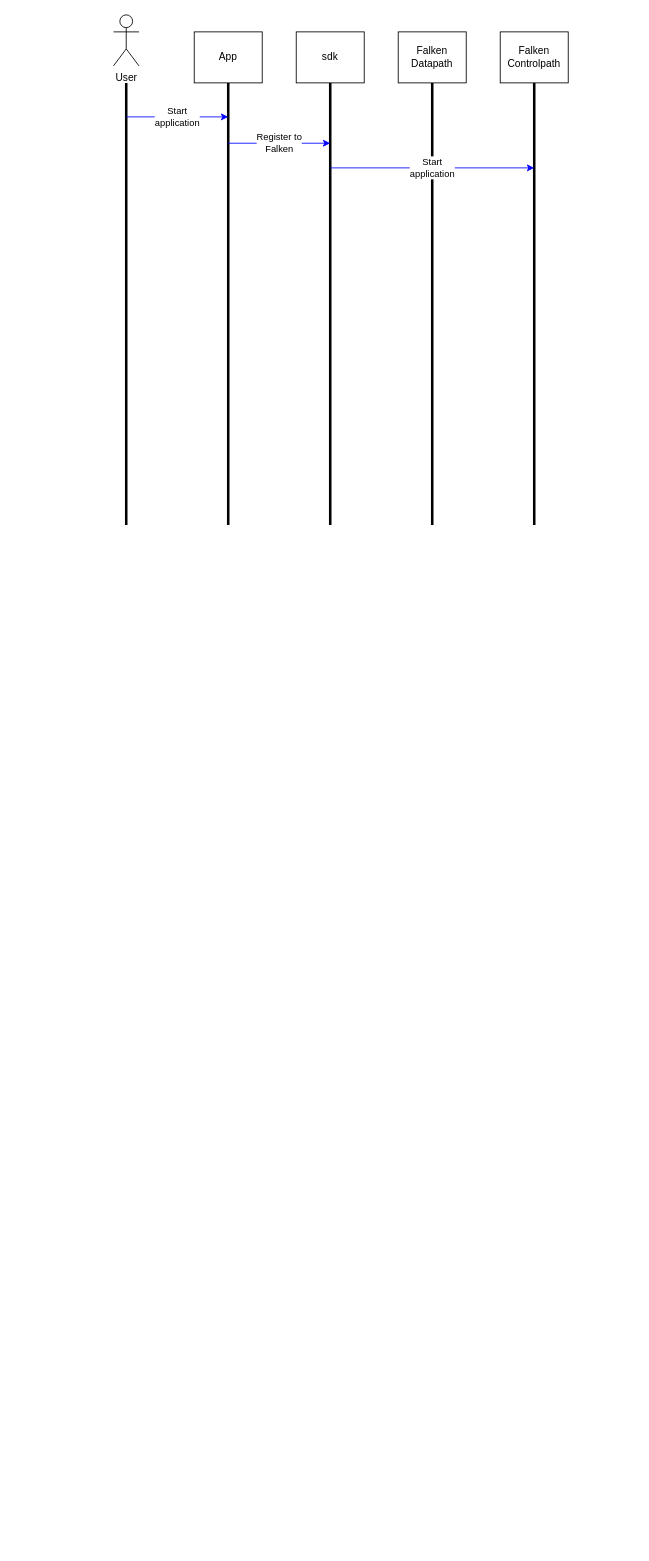
sugchand/drawio keeps this draw.io diagram as Untitled Diagram.drawio. Above is the earlier version. Source tidied: cells renumbered, new cells numbered last; positions are measured from the earlier drawing's top-left corner, leaving out a move shared by most shapes. Both pictures are drawn from the tidied source at 85%, with x=0, y=0 at pixel (113, 14).
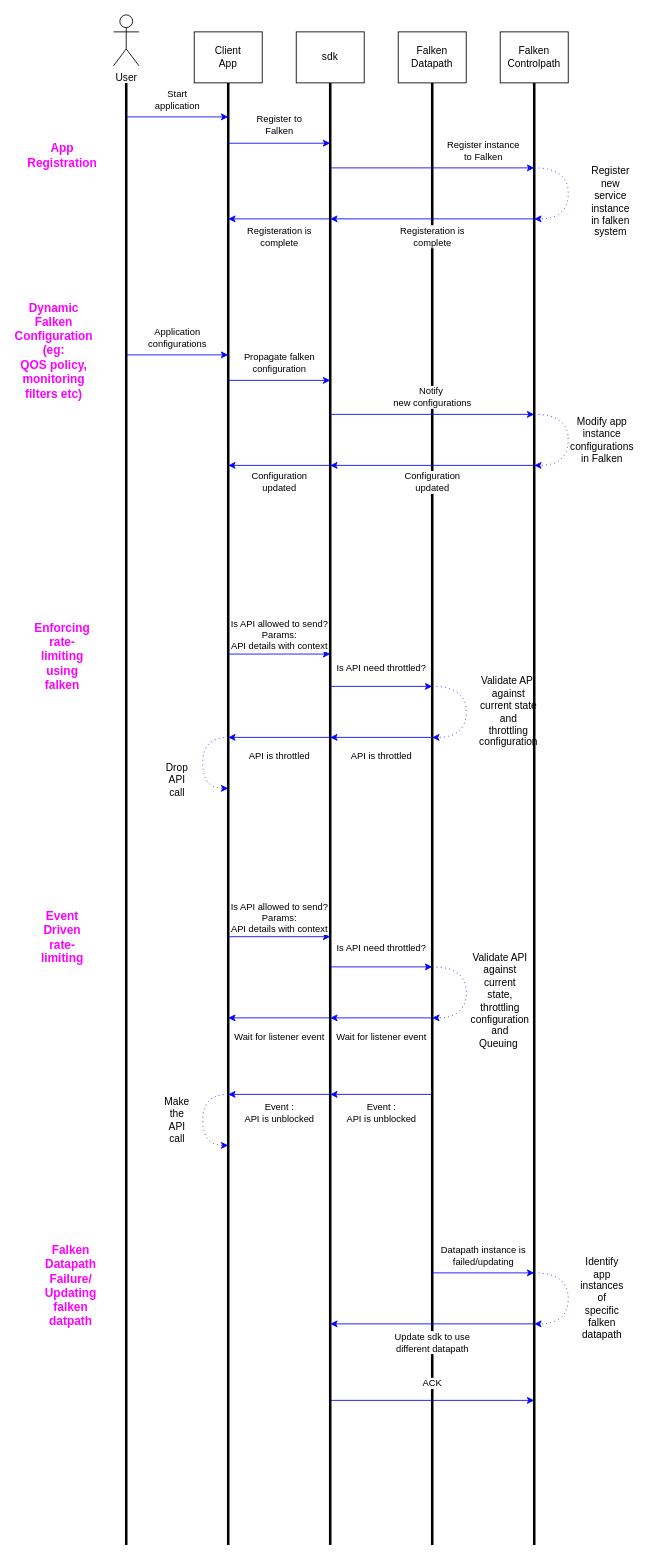
The same page after the edit.

Unchanged cells that the change refers to:
```xml
<mxCell id="3" value="sdk" style="rounded=0;whiteSpace=wrap;html=1;" parent="1" vertex="1">
  <mxGeometry x="215" y="20" width="80" height="60" as="geometry" />
</mxCell>
<mxCell id="4" value="Falken Datapath" style="rounded=0;whiteSpace=wrap;html=1;" parent="1" vertex="1">
  <mxGeometry x="335" y="20" width="80" height="60" as="geometry" />
</mxCell>
<mxCell id="5" value="Falken&lt;br&gt;Controlpath" style="rounded=0;whiteSpace=wrap;html=1;" parent="1" vertex="1">
  <mxGeometry x="455" y="20" width="80" height="60" as="geometry" />
</mxCell>
```

The edit, as a diff of the source:
```diff
@@
-    <mxCell id="2" value="App" style="rounded=0;whiteSpace=wrap;html=1;" parent="1" vertex="1">
+    <mxCell id="2" value="Client&lt;br&gt;App" style="rounded=0;whiteSpace=wrap;html=1;" parent="1" vertex="1">
       <mxGeometry x="95" y="20" width="80" height="60" as="geometry" />
     </mxCell>
@@
     <mxCell id="7" style="endArrow=none;html=1;strokeWidth=3;" parent="1" edge="1">
       <mxGeometry relative="1" as="geometry">
-        <mxPoint x="15" y="600" as="sourcePoint" />
+        <mxPoint x="15" y="1800" as="sourcePoint" />
         <mxPoint x="15" y="80" as="targetPoint" />
       </mxGeometry>
     </mxCell>
     <mxCell id="8" style="endArrow=none;html=1;strokeWidth=3;" parent="1" edge="1">
       <mxGeometry relative="1" as="geometry">
-        <mxPoint x="135" y="600" as="sourcePoint" />
+        <mxPoint x="135" y="1800" as="sourcePoint" />
         <mxPoint x="135" y="80" as="targetPoint" />
       </mxGeometry>
     </mxCell>
     <mxCell id="9" style="endArrow=none;html=1;strokeWidth=3;entryX=0.5;entryY=1;entryDx=0;entryDy=0;" parent="1" edge="1" target="3">
       <mxGeometry relative="1" as="geometry">
-        <mxPoint x="255" y="600" as="sourcePoint" />
+        <mxPoint x="255" y="1800" as="sourcePoint" />
       </mxGeometry>
     </mxCell>
     <mxCell id="10" style="endArrow=none;html=1;strokeWidth=3;entryX=0.5;entryY=1;entryDx=0;entryDy=0;" parent="1" edge="1" target="4">
       <mxGeometry relative="1" as="geometry">
-        <mxPoint x="375" y="600" as="sourcePoint" />
+        <mxPoint x="375" y="1800" as="sourcePoint" />
       </mxGeometry>
     </mxCell>
     <mxCell id="11" style="endArrow=none;html=1;strokeWidth=3;entryX=0.5;entryY=1;entryDx=0;entryDy=0;" parent="1" edge="1" target="5">
       <mxGeometry relative="1" as="geometry">
-        <mxPoint x="495" y="600" as="sourcePoint" />
+        <mxPoint x="495" y="1800" as="sourcePoint" />
       </mxGeometry>
     </mxCell>
     <mxCell id="12" value="Start&lt;br&gt;application" style="endArrow=classic;html=1;strokeWidth=1;strokeColor=#0000FF;" parent="1" edge="1">
-      <mxGeometry relative="1" as="geometry">
+      <mxGeometry y="20" relative="1" as="geometry">
         <mxPoint x="15" y="120" as="sourcePoint" />
         <mxPoint x="135" y="120" as="targetPoint" />
       </mxGeometry>
     </mxCell>
     <mxCell id="13" value="Register to&lt;br&gt;Falken" style="endArrow=classic;html=1;strokeWidth=1;strokeColor=#0000FF;" parent="1" edge="1">
-      <mxGeometry relative="1" as="geometry">
+      <mxGeometry y="21" relative="1" as="geometry">
         <mxPoint x="135" y="151" as="sourcePoint" />
         <mxPoint x="255" y="151" as="targetPoint" />
       </mxGeometry>
     </mxCell>
-    <mxCell id="14" value="Start&lt;br&gt;application" style="endArrow=classic;html=1;strokeWidth=1;strokeColor=#0000FF;" parent="1" edge="1">
-      <mxGeometry relative="1" as="geometry">
-        <mxPoint x="255" y="180" as="sourcePoint" />
-        <mxPoint x="495" y="180" as="targetPoint" />
-      </mxGeometry>
-    </mxCell>
+    <mxCell id="15" value="Register instance&lt;br&gt;to Falken" style="endArrow=classic;html=1;strokeWidth=1;strokeColor=#0000FF;" parent="1" edge="1">
+      <mxGeometry x="0.5" y="20" relative="1" as="geometry">
+        <mxPoint x="255" y="180" as="sourcePoint" />
+        <mxPoint x="495" y="180" as="targetPoint" />
+      </mxGeometry>
+    </mxCell>
+    <mxCell id="16" style="endArrow=classic;html=1;strokeColor=#0000FF;strokeWidth=1;edgeStyle=orthogonalEdgeStyle;curved=1;dashed=1;dashPattern=1 4;" parent="1" edge="1">
+      <mxGeometry relative="1" as="geometry">
+        <mxPoint x="495" y="180" as="sourcePoint" />
+        <mxPoint x="495" y="240" as="targetPoint" />
+        <Array as="points">
+          <mxPoint x="535" y="180" />
+          <mxPoint x="535" y="240" />
+        </Array>
+      </mxGeometry>
+    </mxCell>
+    <mxCell id="17" value="Modify app instance configurations in Falken" style="text;html=1;strokeColor=none;fillColor=none;align=center;verticalAlign=middle;whiteSpace=wrap;rounded=0;" parent="1" vertex="1">
+      <mxGeometry x="555" y="490" width="40" height="20" as="geometry" />
+    </mxCell>
+    <mxCell id="18" value="Registeration is&lt;br&gt;complete" style="endArrow=classic;html=1;strokeWidth=1;strokeColor=#0000FF;" parent="1" edge="1">
+      <mxGeometry y="21" relative="1" as="geometry">
+        <mxPoint x="495" y="240" as="sourcePoint" />
+        <mxPoint x="255" y="240" as="targetPoint" />
+      </mxGeometry>
+    </mxCell>
+    <mxCell id="19" value="&lt;font style=&quot;font-size: 14px&quot;&gt;&lt;b&gt;App Registration&lt;/b&gt;&lt;/font&gt;" style="text;html=1;strokeColor=none;fillColor=none;align=center;verticalAlign=middle;whiteSpace=wrap;rounded=0;fontColor=#FF00FF;" parent="1" vertex="1">
+      <mxGeometry x="-95" y="140" width="70" height="50" as="geometry" />
+    </mxCell>
+    <mxCell id="20" value="&lt;span style=&quot;font-size: 14px&quot;&gt;&lt;b&gt;Dynamic Falken Configuration&lt;br&gt;(eg:&lt;br&gt;QOS policy, monitoring filters etc)&lt;br&gt;&lt;/b&gt;&lt;/span&gt;" style="text;html=1;strokeColor=none;fillColor=none;align=center;verticalAlign=middle;whiteSpace=wrap;rounded=0;fontColor=#FF00FF;" parent="1" vertex="1">
+      <mxGeometry x="-105" y="370" width="70" height="50" as="geometry" />
+    </mxCell>
+    <mxCell id="21" value="Application&lt;br&gt;configurations" style="endArrow=classic;html=1;strokeWidth=1;strokeColor=#0000FF;" parent="1" edge="1">
+      <mxGeometry y="20" relative="1" as="geometry">
+        <mxPoint x="15" y="400" as="sourcePoint" />
+        <mxPoint x="135" y="400" as="targetPoint" />
+      </mxGeometry>
+    </mxCell>
+    <mxCell id="22" value="Propagate falken&lt;br&gt;configuration" style="endArrow=classic;html=1;strokeWidth=1;strokeColor=#0000FF;" parent="1" edge="1">
+      <mxGeometry y="20" relative="1" as="geometry">
+        <mxPoint x="135" y="430" as="sourcePoint" />
+        <mxPoint x="255" y="430" as="targetPoint" />
+      </mxGeometry>
+    </mxCell>
+    <mxCell id="23" value="Notify&amp;nbsp;&lt;br&gt;new configurations" style="endArrow=classic;html=1;strokeWidth=1;strokeColor=#0000FF;" parent="1" edge="1">
+      <mxGeometry y="20" relative="1" as="geometry">
+        <mxPoint x="255" y="470" as="sourcePoint" />
+        <mxPoint x="495" y="470" as="targetPoint" />
+      </mxGeometry>
+    </mxCell>
+    <mxCell id="24" style="endArrow=classic;html=1;strokeColor=#0000FF;strokeWidth=1;edgeStyle=orthogonalEdgeStyle;curved=1;dashed=1;dashPattern=1 4;" parent="1" edge="1">
+      <mxGeometry relative="1" as="geometry">
+        <mxPoint x="495" y="470" as="sourcePoint" />
+        <mxPoint x="495" y="530" as="targetPoint" />
+        <Array as="points">
+          <mxPoint x="535" y="470" />
+          <mxPoint x="535" y="530" />
+        </Array>
+      </mxGeometry>
+    </mxCell>
+    <mxCell id="25" value="Register new service instance in falken system" style="text;html=1;strokeColor=none;fillColor=none;align=center;verticalAlign=middle;whiteSpace=wrap;rounded=0;" parent="1" vertex="1">
+      <mxGeometry x="565" y="210" width="40" height="20" as="geometry" />
+    </mxCell>
+    <mxCell id="26" value="Configuration&lt;br&gt;updated" style="endArrow=classic;html=1;strokeWidth=1;strokeColor=#0000FF;" parent="1" edge="1">
+      <mxGeometry y="20" relative="1" as="geometry">
+        <mxPoint x="495" y="530" as="sourcePoint" />
+        <mxPoint x="255" y="530" as="targetPoint" />
+      </mxGeometry>
+    </mxCell>
+    <mxCell id="27" value="Registeration is&lt;br&gt;complete" style="endArrow=classic;html=1;strokeWidth=1;strokeColor=#0000FF;" parent="1" edge="1">
+      <mxGeometry y="21" relative="1" as="geometry">
+        <mxPoint x="255" y="240" as="sourcePoint" />
+        <mxPoint x="135" y="240" as="targetPoint" />
+      </mxGeometry>
+    </mxCell>
+    <mxCell id="28" value="Configuration&lt;br&gt;updated" style="endArrow=classic;html=1;strokeWidth=1;strokeColor=#0000FF;" parent="1" edge="1">
+      <mxGeometry y="20" relative="1" as="geometry">
+        <mxPoint x="255" y="530" as="sourcePoint" />
+        <mxPoint x="135" y="530" as="targetPoint" />
+      </mxGeometry>
+    </mxCell>
+    <mxCell id="29" value="&lt;span style=&quot;font-size: 14px&quot;&gt;&lt;b&gt;Enforcing rate-limiting using falken&lt;br&gt;&lt;/b&gt;&lt;/span&gt;" style="text;html=1;strokeColor=none;fillColor=none;align=center;verticalAlign=middle;whiteSpace=wrap;rounded=0;fontColor=#FF00FF;" parent="1" vertex="1">
+      <mxGeometry x="-95" y="730" width="70" height="50" as="geometry" />
+    </mxCell>
+    <mxCell id="30" value="Is API allowed to send?&lt;br&gt;Params:&lt;br&gt;API details with context" style="endArrow=classic;html=1;strokeWidth=1;strokeColor=#0000FF;" parent="1" edge="1">
+      <mxGeometry y="22" relative="1" as="geometry">
+        <mxPoint x="135" y="752" as="sourcePoint" />
+        <mxPoint x="255" y="752" as="targetPoint" />
+      </mxGeometry>
+    </mxCell>
+    <mxCell id="31" value="Is API need throttled?" style="endArrow=classic;html=1;strokeWidth=1;strokeColor=#0000FF;" parent="1" edge="1">
+      <mxGeometry y="22" relative="1" as="geometry">
+        <mxPoint x="255" y="790" as="sourcePoint" />
+        <mxPoint x="375" y="790" as="targetPoint" />
+      </mxGeometry>
+    </mxCell>
+    <mxCell id="32" style="endArrow=classic;html=1;strokeColor=#0000FF;strokeWidth=1;edgeStyle=orthogonalEdgeStyle;curved=1;dashed=1;dashPattern=1 4;" parent="1" edge="1">
+      <mxGeometry relative="1" as="geometry">
+        <mxPoint x="375" y="790" as="sourcePoint" />
+        <mxPoint x="375" y="850" as="targetPoint" />
+        <Array as="points">
+          <mxPoint x="415" y="790" />
+          <mxPoint x="415" y="850" />
+        </Array>
+      </mxGeometry>
+    </mxCell>
+    <mxCell id="33" value="Validate API against current state and throttling configuration" style="text;html=1;strokeColor=none;fillColor=none;align=center;verticalAlign=middle;whiteSpace=wrap;rounded=0;" parent="1" vertex="1">
+      <mxGeometry x="445" y="810" width="40" height="20" as="geometry" />
+    </mxCell>
+    <mxCell id="34" value="API is throttled" style="endArrow=classic;html=1;strokeWidth=1;strokeColor=#0000FF;" parent="1" edge="1">
+      <mxGeometry y="22" relative="1" as="geometry">
+        <mxPoint x="375" y="850" as="sourcePoint" />
+        <mxPoint x="255" y="850" as="targetPoint" />
+      </mxGeometry>
+    </mxCell>
+    <mxCell id="35" value="API is throttled" style="endArrow=classic;html=1;strokeWidth=1;strokeColor=#0000FF;" parent="1" edge="1">
+      <mxGeometry y="22" relative="1" as="geometry">
+        <mxPoint x="255" y="850" as="sourcePoint" />
+        <mxPoint x="135" y="850" as="targetPoint" />
+      </mxGeometry>
+    </mxCell>
+    <mxCell id="36" style="endArrow=classic;html=1;strokeColor=#0000FF;strokeWidth=1;edgeStyle=orthogonalEdgeStyle;curved=1;dashed=1;dashPattern=1 4;" parent="1" edge="1">
+      <mxGeometry relative="1" as="geometry">
+        <mxPoint x="135" y="850" as="sourcePoint" />
+        <mxPoint x="135" y="910" as="targetPoint" />
+        <Array as="points">
+          <mxPoint x="105" y="850" />
+          <mxPoint x="105" y="910" />
+        </Array>
+      </mxGeometry>
+    </mxCell>
+    <mxCell id="37" value="Make the API call" style="text;html=1;strokeColor=none;fillColor=none;align=center;verticalAlign=middle;whiteSpace=wrap;rounded=0;" parent="1" vertex="1">
+      <mxGeometry x="55" y="1290" width="40" height="20" as="geometry" />
+    </mxCell>
+    <mxCell id="38" value="&lt;span style=&quot;font-size: 14px&quot;&gt;&lt;b&gt;Event Driven rate-limiting&lt;br&gt;&lt;/b&gt;&lt;/span&gt;" style="text;html=1;strokeColor=none;fillColor=none;align=center;verticalAlign=middle;whiteSpace=wrap;rounded=0;fontColor=#FF00FF;" parent="1" vertex="1">
+      <mxGeometry x="-95" y="1060" width="70" height="50" as="geometry" />
+    </mxCell>
+    <mxCell id="39" value="Is API allowed to send?&lt;br&gt;Params:&lt;br&gt;API details with context" style="endArrow=classic;html=1;strokeWidth=1;strokeColor=#0000FF;" parent="1" edge="1">
+      <mxGeometry y="22" relative="1" as="geometry">
+        <mxPoint x="135" y="1084.5" as="sourcePoint" />
+        <mxPoint x="255" y="1084.5" as="targetPoint" />
+      </mxGeometry>
+    </mxCell>
+    <mxCell id="40" value="Is API need throttled?" style="endArrow=classic;html=1;strokeWidth=1;strokeColor=#0000FF;" parent="1" edge="1">
+      <mxGeometry y="22" relative="1" as="geometry">
+        <mxPoint x="255" y="1120" as="sourcePoint" />
+        <mxPoint x="375" y="1120" as="targetPoint" />
+      </mxGeometry>
+    </mxCell>
+    <mxCell id="41" style="endArrow=classic;html=1;strokeColor=#0000FF;strokeWidth=1;edgeStyle=orthogonalEdgeStyle;curved=1;dashed=1;dashPattern=1 4;" parent="1" edge="1">
+      <mxGeometry relative="1" as="geometry">
+        <mxPoint x="375" y="1120" as="sourcePoint" />
+        <mxPoint x="375" y="1180" as="targetPoint" />
+        <Array as="points">
+          <mxPoint x="415" y="1120" />
+          <mxPoint x="415" y="1180" />
+        </Array>
+      </mxGeometry>
+    </mxCell>
+    <mxCell id="42" value="Validate API against current state, throttling configuration and Queuing&amp;nbsp;" style="text;html=1;strokeColor=none;fillColor=none;align=center;verticalAlign=middle;whiteSpace=wrap;rounded=0;" parent="1" vertex="1">
+      <mxGeometry x="435" y="1150" width="40" height="20" as="geometry" />
+    </mxCell>
+    <mxCell id="43" value="Wait for listener event" style="endArrow=classic;html=1;strokeWidth=1;strokeColor=#0000FF;" parent="1" edge="1">
+      <mxGeometry y="22" relative="1" as="geometry">
+        <mxPoint x="375" y="1180" as="sourcePoint" />
+        <mxPoint x="255" y="1180" as="targetPoint" />
+      </mxGeometry>
+    </mxCell>
+    <mxCell id="44" value="Wait for listener event" style="endArrow=classic;html=1;strokeWidth=1;strokeColor=#0000FF;" parent="1" edge="1">
+      <mxGeometry y="22" relative="1" as="geometry">
+        <mxPoint x="255" y="1180" as="sourcePoint" />
+        <mxPoint x="135" y="1180" as="targetPoint" />
+      </mxGeometry>
+    </mxCell>
+    <mxCell id="45" value="Event : &lt;br&gt;API is unblocked" style="endArrow=classic;html=1;strokeWidth=1;strokeColor=#0000FF;" parent="1" edge="1">
+      <mxGeometry y="22" relative="1" as="geometry">
+        <mxPoint x="375" y="1270" as="sourcePoint" />
+        <mxPoint x="255" y="1270" as="targetPoint" />
+      </mxGeometry>
+    </mxCell>
+    <mxCell id="46" value="Event : &lt;br&gt;API is unblocked" style="endArrow=classic;html=1;strokeWidth=1;strokeColor=#0000FF;" parent="1" edge="1">
+      <mxGeometry y="22" relative="1" as="geometry">
+        <mxPoint x="255" y="1270" as="sourcePoint" />
+        <mxPoint x="135" y="1270" as="targetPoint" />
+      </mxGeometry>
+    </mxCell>
+    <mxCell id="47" style="endArrow=classic;html=1;strokeColor=#0000FF;strokeWidth=1;edgeStyle=orthogonalEdgeStyle;curved=1;dashed=1;dashPattern=1 4;" parent="1" edge="1">
+      <mxGeometry relative="1" as="geometry">
+        <mxPoint x="135" y="1270" as="sourcePoint" />
+        <mxPoint x="135" y="1330" as="targetPoint" />
+        <Array as="points">
+          <mxPoint x="105" y="1270" />
+          <mxPoint x="105" y="1330" />
+        </Array>
+      </mxGeometry>
+    </mxCell>
+    <mxCell id="48" value="Drop API call" style="text;html=1;strokeColor=none;fillColor=none;align=center;verticalAlign=middle;whiteSpace=wrap;rounded=0;" parent="1" vertex="1">
+      <mxGeometry x="55" y="890" width="40" height="20" as="geometry" />
+    </mxCell>
+    <mxCell id="49" value="&lt;span style=&quot;font-size: 14px&quot;&gt;&lt;b&gt;Falken Datapath Failure/&lt;br&gt;Updating falken datpath&lt;br&gt;&lt;/b&gt;&lt;/span&gt;" style="text;html=1;strokeColor=none;fillColor=none;align=center;verticalAlign=middle;whiteSpace=wrap;rounded=0;fontColor=#FF00FF;" parent="1" vertex="1">
+      <mxGeometry x="-85" y="1470" width="70" height="50" as="geometry" />
+    </mxCell>
+    <mxCell id="50" value="Datapath instance is&lt;br&gt;failed/updating" style="endArrow=classic;html=1;strokeWidth=1;strokeColor=#0000FF;" parent="1" edge="1">
+      <mxGeometry y="20" relative="1" as="geometry">
+        <mxPoint x="375" y="1480" as="sourcePoint" />
+        <mxPoint x="495" y="1480" as="targetPoint" />
+      </mxGeometry>
+    </mxCell>
+    <mxCell id="51" style="endArrow=classic;html=1;strokeColor=#0000FF;strokeWidth=1;edgeStyle=orthogonalEdgeStyle;curved=1;dashed=1;dashPattern=1 4;" parent="1" edge="1">
+      <mxGeometry relative="1" as="geometry">
+        <mxPoint x="495" y="1480" as="sourcePoint" />
+        <mxPoint x="495" y="1540" as="targetPoint" />
+        <Array as="points">
+          <mxPoint x="535" y="1480" />
+          <mxPoint x="535" y="1540" />
+        </Array>
+      </mxGeometry>
+    </mxCell>
+    <mxCell id="52" value="Identify app instances of specific falken datapath" style="text;html=1;strokeColor=none;fillColor=none;align=center;verticalAlign=middle;whiteSpace=wrap;rounded=0;" parent="1" vertex="1">
+      <mxGeometry x="555" y="1500" width="40" height="20" as="geometry" />
+    </mxCell>
+    <mxCell id="53" value="Update sdk to use &lt;br&gt;different datapath" style="endArrow=classic;html=1;strokeWidth=1;strokeColor=#0000FF;" parent="1" edge="1">
+      <mxGeometry y="22" relative="1" as="geometry">
+        <mxPoint x="495" y="1540" as="sourcePoint" />
+        <mxPoint x="255" y="1540" as="targetPoint" />
+      </mxGeometry>
+    </mxCell>
+    <mxCell id="54" value="ACK" style="endArrow=classic;html=1;strokeWidth=1;strokeColor=#0000FF;" parent="1" edge="1">
+      <mxGeometry y="20" relative="1" as="geometry">
+        <mxPoint x="255" y="1630" as="sourcePoint" />
+        <mxPoint x="495" y="1630" as="targetPoint" />
+      </mxGeometry>
+    </mxCell>
```
